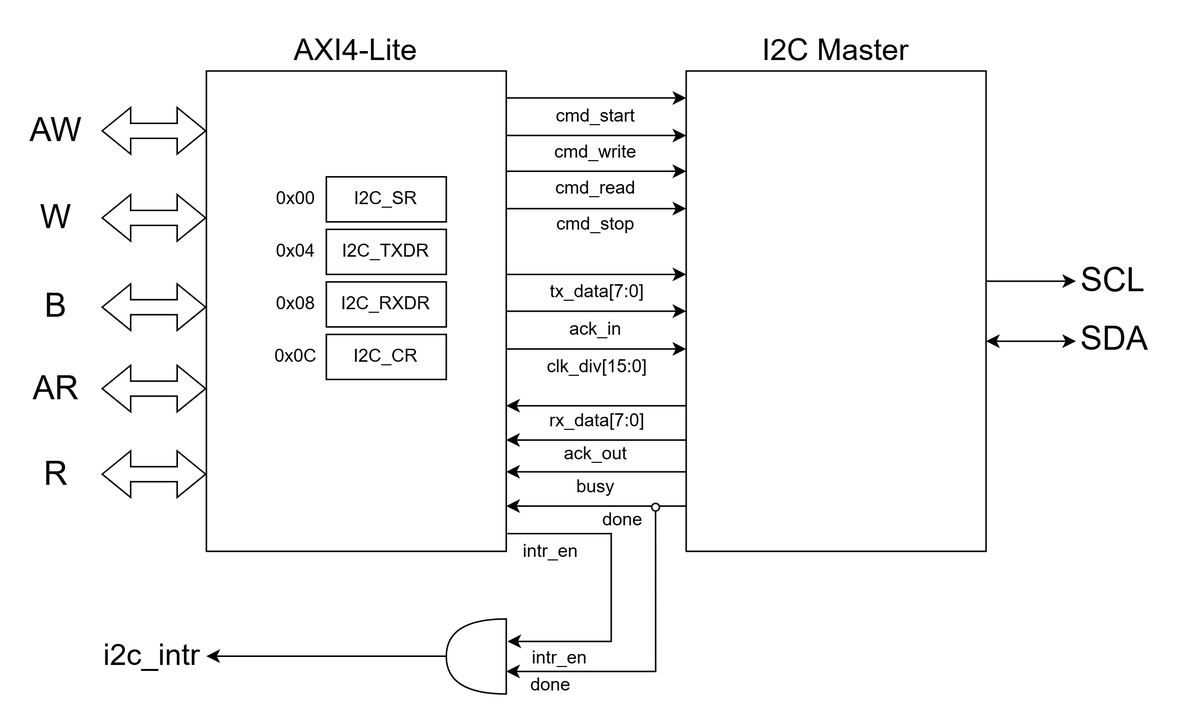
Above: images/axi_i2c_bd.png in taeseong-dev/axi4-lite-custom-peripherals (draw.io), before the change. Source tidied: cells renumbered, new cells last; positions are measured from the earlier drawing's top-left corner, leaving out a move shared by most shapes.
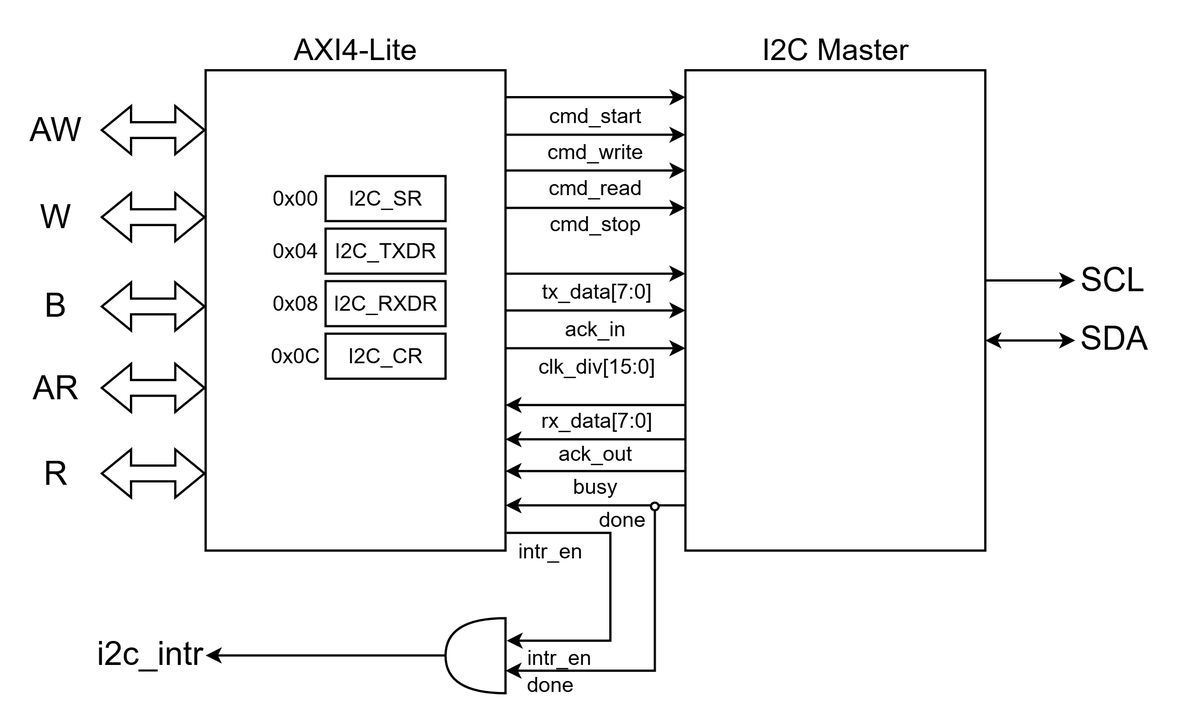
After the change.

What changed in the source:
```diff
@@ -4,48 +4,48 @@
     <mxCell id="1" parent="0" />
-    <mxCell id="2" value="AXI4-Lite" style="rounded=0;whiteSpace=wrap;html=1;labelPosition=center;verticalLabelPosition=top;align=center;verticalAlign=bottom;fontSize=20;" parent="1" vertex="1">
+    <mxCell id="2" value="AXI4-Lite" style="rounded=0;whiteSpace=wrap;html=1;labelPosition=center;verticalLabelPosition=top;align=center;verticalAlign=bottom;fontSize=20;strokeWidth=1.5;" parent="1" vertex="1">
       <mxGeometry x="115" width="200" height="320" as="geometry" />
     </mxCell>
-    <mxCell id="3" value="AW" style="text;html=1;whiteSpace=wrap;strokeColor=none;fillColor=none;align=center;verticalAlign=middle;rounded=0;fontSize=22;" parent="1" vertex="1">
+    <mxCell id="3" value="AW" style="text;html=1;whiteSpace=wrap;strokeColor=none;fillColor=none;align=center;verticalAlign=middle;rounded=0;fontSize=22;strokeWidth=1.5;" parent="1" vertex="1">
       <mxGeometry y="25" width="30" height="30" as="geometry" />
     </mxCell>
-    <mxCell id="4" value="W" style="text;html=1;whiteSpace=wrap;strokeColor=none;fillColor=none;align=center;verticalAlign=middle;rounded=0;fontSize=22;" parent="1" vertex="1">
+    <mxCell id="4" value="W" style="text;html=1;whiteSpace=wrap;strokeColor=none;fillColor=none;align=center;verticalAlign=middle;rounded=0;fontSize=22;strokeWidth=1.5;" parent="1" vertex="1">
       <mxGeometry y="83" width="30" height="30" as="geometry" />
     </mxCell>
-    <mxCell id="5" value="B" style="text;html=1;whiteSpace=wrap;strokeColor=none;fillColor=none;align=center;verticalAlign=middle;rounded=0;fontSize=22;" parent="1" vertex="1">
+    <mxCell id="5" value="B" style="text;html=1;whiteSpace=wrap;strokeColor=none;fillColor=none;align=center;verticalAlign=middle;rounded=0;fontSize=22;strokeWidth=1.5;" parent="1" vertex="1">
       <mxGeometry y="142.5" width="30" height="30" as="geometry" />
     </mxCell>
-    <mxCell id="6" value="AR" style="text;html=1;whiteSpace=wrap;strokeColor=none;fillColor=none;align=center;verticalAlign=middle;rounded=0;fontSize=22;" parent="1" vertex="1">
+    <mxCell id="6" value="AR" style="text;html=1;whiteSpace=wrap;strokeColor=none;fillColor=none;align=center;verticalAlign=middle;rounded=0;fontSize=22;strokeWidth=1.5;" parent="1" vertex="1">
       <mxGeometry y="197" width="30" height="30" as="geometry" />
     </mxCell>
-    <mxCell id="7" value="R" style="text;html=1;whiteSpace=wrap;strokeColor=none;fillColor=none;align=center;verticalAlign=middle;rounded=0;fontSize=22;" parent="1" vertex="1">
+    <mxCell id="7" value="R" style="text;html=1;whiteSpace=wrap;strokeColor=none;fillColor=none;align=center;verticalAlign=middle;rounded=0;fontSize=22;strokeWidth=1.5;" parent="1" vertex="1">
       <mxGeometry y="254" width="30" height="30" as="geometry" />
     </mxCell>
-    <mxCell id="8" value="I2C Master" style="rounded=0;whiteSpace=wrap;html=1;labelPosition=center;verticalLabelPosition=top;align=center;verticalAlign=bottom;fontSize=20;" parent="1" vertex="1">
+    <mxCell id="8" value="I2C Master" style="rounded=0;whiteSpace=wrap;html=1;labelPosition=center;verticalLabelPosition=top;align=center;verticalAlign=bottom;fontSize=20;strokeWidth=1.5;" parent="1" vertex="1">
       <mxGeometry x="435" width="200" height="320" as="geometry" />
     </mxCell>
-    <mxCell id="9" value="I2C_SR" style="rounded=0;whiteSpace=wrap;html=1;" parent="1" vertex="1">
+    <mxCell id="9" value="I2C_SR" style="rounded=0;whiteSpace=wrap;html=1;strokeWidth=1.5;fontSize=14;" parent="1" vertex="1">
       <mxGeometry x="195" y="70.5" width="80" height="30" as="geometry" />
     </mxCell>
-    <mxCell id="10" value="I2C_TXDR" style="rounded=0;whiteSpace=wrap;html=1;" parent="1" vertex="1">
+    <mxCell id="10" value="I2C_TXDR" style="rounded=0;whiteSpace=wrap;html=1;strokeWidth=1.5;fontSize=14;" parent="1" vertex="1">
       <mxGeometry x="195" y="105.5" width="80" height="30" as="geometry" />
     </mxCell>
-    <mxCell id="11" value="I2C_RXDR" style="rounded=0;whiteSpace=wrap;html=1;" parent="1" vertex="1">
+    <mxCell id="11" value="I2C_RXDR" style="rounded=0;whiteSpace=wrap;html=1;strokeWidth=1.5;fontSize=14;" parent="1" vertex="1">
       <mxGeometry x="195" y="140.5" width="80" height="30" as="geometry" />
     </mxCell>
-    <mxCell id="12" value="I2C_CR" style="rounded=0;whiteSpace=wrap;html=1;" parent="1" vertex="1">
+    <mxCell id="12" value="I2C_CR" style="rounded=0;whiteSpace=wrap;html=1;strokeWidth=1.5;fontSize=14;" parent="1" vertex="1">
       <mxGeometry x="195" y="175.5" width="80" height="30" as="geometry" />
     </mxCell>
-    <mxCell id="13" value="0x00" style="text;html=1;whiteSpace=wrap;strokeColor=none;fillColor=none;align=center;verticalAlign=middle;rounded=0;" parent="1" vertex="1">
+    <mxCell id="13" value="0x00" style="text;html=1;whiteSpace=wrap;strokeColor=none;fillColor=none;align=center;verticalAlign=middle;rounded=0;strokeWidth=1.5;fontSize=14;" parent="1" vertex="1">
       <mxGeometry x="155" y="70.5" width="40" height="30" as="geometry" />
     </mxCell>
-    <mxCell id="14" value="0x04" style="text;html=1;whiteSpace=wrap;strokeColor=none;fillColor=none;align=center;verticalAlign=middle;rounded=0;" parent="1" vertex="1">
+    <mxCell id="14" value="0x04" style="text;html=1;whiteSpace=wrap;strokeColor=none;fillColor=none;align=center;verticalAlign=middle;rounded=0;strokeWidth=1.5;fontSize=14;" parent="1" vertex="1">
       <mxGeometry x="155" y="105.5" width="40" height="30" as="geometry" />
     </mxCell>
-    <mxCell id="15" value="0x08" style="text;html=1;whiteSpace=wrap;strokeColor=none;fillColor=none;align=center;verticalAlign=middle;rounded=0;" parent="1" vertex="1">
+    <mxCell id="15" value="0x08" style="text;html=1;whiteSpace=wrap;strokeColor=none;fillColor=none;align=center;verticalAlign=middle;rounded=0;strokeWidth=1.5;fontSize=14;" parent="1" vertex="1">
       <mxGeometry x="155" y="140.5" width="40" height="30" as="geometry" />
     </mxCell>
-    <mxCell id="16" value="0x0C" style="text;html=1;whiteSpace=wrap;strokeColor=none;fillColor=none;align=center;verticalAlign=middle;rounded=0;" parent="1" vertex="1">
+    <mxCell id="16" value="0x0C" style="text;html=1;whiteSpace=wrap;strokeColor=none;fillColor=none;align=center;verticalAlign=middle;rounded=0;strokeWidth=1.5;fontSize=14;" parent="1" vertex="1">
       <mxGeometry x="155" y="175.5" width="40" height="30" as="geometry" />
     </mxCell>
-    <mxCell id="17" style="endArrow=classic;html=1;rounded=0;" parent="1" edge="1">
+    <mxCell id="17" style="endArrow=classic;html=1;rounded=0;strokeWidth=1.5;" parent="1" edge="1">
       <mxGeometry relative="1" as="geometry">
@@ -55,6 +55,6 @@
     </mxCell>
-    <mxCell id="18" value="cmd_start" style="text;html=1;whiteSpace=wrap;strokeColor=none;fillColor=none;align=center;verticalAlign=middle;rounded=0;" parent="1" vertex="1">
+    <mxCell id="18" value="cmd_start" style="text;html=1;whiteSpace=wrap;strokeColor=none;fillColor=none;align=center;verticalAlign=middle;rounded=0;strokeWidth=1.5;fontSize=14;" parent="1" vertex="1">
       <mxGeometry x="345" y="21" width="60" height="17.8" as="geometry" />
     </mxCell>
-    <mxCell id="19" style="endArrow=classic;html=1;rounded=0;" parent="1" edge="1">
+    <mxCell id="19" style="endArrow=classic;html=1;rounded=0;strokeWidth=1.5;" parent="1" edge="1">
       <mxGeometry relative="1" as="geometry">
@@ -64,6 +64,6 @@
     </mxCell>
-    <mxCell id="20" value="cmd_write" style="text;html=1;whiteSpace=wrap;strokeColor=none;fillColor=none;align=center;verticalAlign=middle;rounded=0;" parent="1" vertex="1">
+    <mxCell id="20" value="cmd_write" style="text;html=1;whiteSpace=wrap;strokeColor=none;fillColor=none;align=center;verticalAlign=middle;rounded=0;strokeWidth=1.5;fontSize=14;" parent="1" vertex="1">
       <mxGeometry x="345" y="45" width="60" height="17.8" as="geometry" />
     </mxCell>
-    <mxCell id="21" style="endArrow=classic;html=1;rounded=0;" parent="1" edge="1">
+    <mxCell id="21" style="endArrow=classic;html=1;rounded=0;strokeWidth=1.5;" parent="1" edge="1">
       <mxGeometry relative="1" as="geometry">
@@ -73,6 +73,6 @@
     </mxCell>
-    <mxCell id="22" value="cmd_read" style="text;html=1;whiteSpace=wrap;strokeColor=none;fillColor=none;align=center;verticalAlign=middle;rounded=0;" parent="1" vertex="1">
+    <mxCell id="22" value="cmd_read" style="text;html=1;whiteSpace=wrap;strokeColor=none;fillColor=none;align=center;verticalAlign=middle;rounded=0;strokeWidth=1.5;fontSize=14;" parent="1" vertex="1">
       <mxGeometry x="345" y="68.8" width="60" height="17.8" as="geometry" />
     </mxCell>
-    <mxCell id="23" style="endArrow=classic;html=1;rounded=0;" parent="1" edge="1">
+    <mxCell id="23" style="endArrow=classic;html=1;rounded=0;strokeWidth=1.5;" parent="1" edge="1">
       <mxGeometry relative="1" as="geometry">
@@ -82,6 +82,6 @@
     </mxCell>
-    <mxCell id="24" value="cmd_stop" style="text;html=1;whiteSpace=wrap;strokeColor=none;fillColor=none;align=center;verticalAlign=middle;rounded=0;" parent="1" vertex="1">
+    <mxCell id="24" value="cmd_stop" style="text;html=1;whiteSpace=wrap;strokeColor=none;fillColor=none;align=center;verticalAlign=middle;rounded=0;strokeWidth=1.5;fontSize=14;" parent="1" vertex="1">
       <mxGeometry x="345" y="93.7" width="60" height="17.8" as="geometry" />
     </mxCell>
-    <mxCell id="25" style="endArrow=classic;html=1;rounded=0;" parent="1" edge="1">
+    <mxCell id="25" style="endArrow=classic;html=1;rounded=0;strokeWidth=1.5;" parent="1" edge="1">
       <mxGeometry relative="1" as="geometry">
@@ -91,6 +91,6 @@
     </mxCell>
-    <mxCell id="26" value="tx_data[7:0]" style="text;html=1;whiteSpace=wrap;strokeColor=none;fillColor=none;align=center;verticalAlign=middle;rounded=0;" parent="1" vertex="1">
+    <mxCell id="26" value="tx_data[7:0]" style="text;html=1;whiteSpace=wrap;strokeColor=none;fillColor=none;align=center;verticalAlign=middle;rounded=0;strokeWidth=1.5;fontSize=14;" parent="1" vertex="1">
       <mxGeometry x="346" y="136" width="60" height="23.3" as="geometry" />
     </mxCell>
-    <mxCell id="27" style="endArrow=classic;html=1;rounded=0;" parent="1" edge="1">
+    <mxCell id="27" style="endArrow=classic;html=1;rounded=0;strokeWidth=1.5;" parent="1" edge="1">
       <mxGeometry relative="1" as="geometry">
@@ -100,6 +100,6 @@
     </mxCell>
-    <mxCell id="28" value="ack_in" style="text;html=1;whiteSpace=wrap;strokeColor=none;fillColor=none;align=center;verticalAlign=middle;rounded=0;" parent="1" vertex="1">
+    <mxCell id="28" value="ack_in" style="text;html=1;whiteSpace=wrap;strokeColor=none;fillColor=none;align=center;verticalAlign=middle;rounded=0;strokeWidth=1.5;fontSize=14;" parent="1" vertex="1">
       <mxGeometry x="345" y="163" width="60" height="17.8" as="geometry" />
     </mxCell>
-    <mxCell id="29" style="endArrow=classic;html=1;rounded=0;" parent="1" edge="1">
+    <mxCell id="29" style="endArrow=classic;html=1;rounded=0;strokeWidth=1.5;" parent="1" edge="1">
       <mxGeometry relative="1" as="geometry">
@@ -109,6 +109,6 @@
     </mxCell>
-    <mxCell id="30" value="clk_div[15:0]" style="text;html=1;whiteSpace=wrap;strokeColor=none;fillColor=none;align=center;verticalAlign=middle;rounded=0;" parent="1" vertex="1">
+    <mxCell id="30" value="clk_div[15:0]" style="text;html=1;whiteSpace=wrap;strokeColor=none;fillColor=none;align=center;verticalAlign=middle;rounded=0;strokeWidth=1.5;fontSize=14;" parent="1" vertex="1">
       <mxGeometry x="346" y="188.2" width="60" height="17.8" as="geometry" />
     </mxCell>
-    <mxCell id="31" style="endArrow=classic;html=1;rounded=0;" parent="1" edge="1">
+    <mxCell id="31" style="endArrow=classic;html=1;rounded=0;strokeWidth=1.5;" parent="1" edge="1">
       <mxGeometry relative="1" as="geometry">
@@ -118,6 +118,6 @@
     </mxCell>
-    <mxCell id="32" value="rx_data[7:0]" style="text;html=1;whiteSpace=wrap;strokeColor=none;fillColor=none;align=center;verticalAlign=middle;rounded=0;" parent="1" vertex="1">
+    <mxCell id="32" value="rx_data[7:0]" style="text;html=1;whiteSpace=wrap;strokeColor=none;fillColor=none;align=center;verticalAlign=middle;rounded=0;strokeWidth=1.5;fontSize=14;" parent="1" vertex="1">
       <mxGeometry x="346" y="224" width="60" height="17.8" as="geometry" />
     </mxCell>
-    <mxCell id="33" style="endArrow=classic;html=1;rounded=0;" parent="1" edge="1">
+    <mxCell id="33" style="endArrow=classic;html=1;rounded=0;strokeWidth=1.5;" parent="1" edge="1">
       <mxGeometry relative="1" as="geometry">
@@ -127,6 +127,6 @@
     </mxCell>
-    <mxCell id="34" value="ack_out" style="text;html=1;whiteSpace=wrap;strokeColor=none;fillColor=none;align=center;verticalAlign=middle;rounded=0;" parent="1" vertex="1">
+    <mxCell id="34" value="ack_out" style="text;html=1;whiteSpace=wrap;strokeColor=none;fillColor=none;align=center;verticalAlign=middle;rounded=0;strokeWidth=1.5;fontSize=14;" parent="1" vertex="1">
       <mxGeometry x="345" y="245.9" width="60" height="17.8" as="geometry" />
     </mxCell>
-    <mxCell id="35" style="endArrow=classic;html=1;rounded=0;" parent="1" edge="1">
+    <mxCell id="35" style="endArrow=classic;html=1;rounded=0;strokeWidth=1.5;" parent="1" edge="1">
       <mxGeometry relative="1" as="geometry">
@@ -136,6 +136,6 @@
     </mxCell>
-    <mxCell id="36" value="busy" style="text;html=1;whiteSpace=wrap;strokeColor=none;fillColor=none;align=center;verticalAlign=middle;rounded=0;" parent="1" vertex="1">
+    <mxCell id="36" value="busy" style="text;html=1;whiteSpace=wrap;strokeColor=none;fillColor=none;align=center;verticalAlign=middle;rounded=0;strokeWidth=1.5;fontSize=14;" parent="1" vertex="1">
       <mxGeometry x="345" y="268" width="60" height="17.8" as="geometry" />
     </mxCell>
-    <mxCell id="37" style="endArrow=classic;html=1;rounded=0;" parent="1" edge="1">
+    <mxCell id="37" style="endArrow=classic;html=1;rounded=0;strokeWidth=1.5;" parent="1" edge="1">
       <mxGeometry relative="1" as="geometry">
@@ -145,6 +145,6 @@
     </mxCell>
-    <mxCell id="38" value="done" style="text;html=1;whiteSpace=wrap;strokeColor=none;fillColor=none;align=center;verticalAlign=middle;rounded=0;" parent="1" vertex="1">
+    <mxCell id="38" value="done" style="text;html=1;whiteSpace=wrap;strokeColor=none;fillColor=none;align=center;verticalAlign=middle;rounded=0;strokeWidth=1.5;fontSize=14;" parent="1" vertex="1">
       <mxGeometry x="363" y="290.2" width="60" height="17.8" as="geometry" />
     </mxCell>
-    <mxCell id="39" style="endArrow=classic;html=1;rounded=0;edgeStyle=orthogonalEdgeStyle;exitX=0.5;exitY=1;exitDx=0;exitDy=0;" parent="1" edge="1" source="40">
+    <mxCell id="39" style="endArrow=classic;html=1;rounded=0;edgeStyle=orthogonalEdgeStyle;exitX=0.5;exitY=1;exitDx=0;exitDy=0;strokeWidth=1.5;" parent="1" edge="1" source="40">
       <mxGeometry relative="1" as="geometry">
@@ -156,6 +156,6 @@
     </mxCell>
-    <mxCell id="40" style="ellipse;whiteSpace=wrap;html=1;shapeInside=1;" parent="1" vertex="1">
+    <mxCell id="40" style="ellipse;whiteSpace=wrap;html=1;shapeInside=1;strokeWidth=1.5;" parent="1" vertex="1">
       <mxGeometry x="412" y="288" width="5.2" height="5.2" as="geometry" />
     </mxCell>
-    <mxCell id="41" style="endArrow=classic;html=1;rounded=0;edgeStyle=orthogonalEdgeStyle;exitX=1.004;exitY=0.963;exitDx=0;exitDy=0;exitPerimeter=0;" parent="1" edge="1" source="2">
+    <mxCell id="41" style="endArrow=classic;html=1;rounded=0;edgeStyle=orthogonalEdgeStyle;exitX=1.004;exitY=0.963;exitDx=0;exitDy=0;exitPerimeter=0;strokeWidth=1.5;" parent="1" edge="1" source="2">
       <mxGeometry relative="1" as="geometry">
@@ -168,6 +168,6 @@
     </mxCell>
-    <mxCell id="42" style="shape=or;whiteSpace=wrap;html=1;shapeInside=1;direction=west;" parent="1" vertex="1">
+    <mxCell id="42" style="shape=or;whiteSpace=wrap;html=1;shapeInside=1;direction=west;strokeWidth=1.5;" parent="1" vertex="1">
       <mxGeometry x="275" y="365" width="40" height="50" as="geometry" />
     </mxCell>
-    <mxCell id="43" style="endArrow=classic;html=1;rounded=0;" parent="1" edge="1">
+    <mxCell id="43" style="endArrow=classic;html=1;rounded=0;strokeWidth=1.5;" parent="1" edge="1">
       <mxGeometry relative="1" as="geometry">
@@ -177,9 +177,9 @@
     </mxCell>
-    <mxCell id="44" value="done" style="text;html=1;whiteSpace=wrap;strokeColor=none;fillColor=none;align=center;verticalAlign=middle;rounded=0;" parent="1" vertex="1">
+    <mxCell id="44" value="done" style="text;html=1;whiteSpace=wrap;strokeColor=none;fillColor=none;align=center;verticalAlign=middle;rounded=0;strokeWidth=1.5;fontSize=14;" parent="1" vertex="1">
       <mxGeometry x="315" y="400" width="60" height="17.8" as="geometry" />
     </mxCell>
-    <mxCell id="45" value="intr_en" style="text;html=1;whiteSpace=wrap;strokeColor=none;fillColor=none;align=center;verticalAlign=middle;rounded=0;" parent="1" vertex="1">
+    <mxCell id="45" value="intr_en" style="text;html=1;whiteSpace=wrap;strokeColor=none;fillColor=none;align=center;verticalAlign=middle;rounded=0;strokeWidth=1.5;fontSize=14;" parent="1" vertex="1">
       <mxGeometry x="321" y="382.2" width="60" height="17.8" as="geometry" />
     </mxCell>
-    <mxCell id="46" style="shape=flexArrow;endArrow=classic;startArrow=classic;html=1;rounded=0;" parent="1" edge="1">
+    <mxCell id="46" style="shape=flexArrow;endArrow=classic;startArrow=classic;html=1;rounded=0;strokeWidth=1.5;" parent="1" edge="1">
       <mxGeometry relative="1" as="geometry">
@@ -189,3 +189,3 @@
     </mxCell>
-    <mxCell id="47" style="shape=flexArrow;endArrow=classic;startArrow=classic;html=1;rounded=0;" parent="1" edge="1">
+    <mxCell id="47" style="shape=flexArrow;endArrow=classic;startArrow=classic;html=1;rounded=0;strokeWidth=1.5;" parent="1" edge="1">
       <mxGeometry relative="1" as="geometry">
@@ -195,3 +195,3 @@
     </mxCell>
-    <mxCell id="48" style="shape=flexArrow;endArrow=classic;startArrow=classic;html=1;rounded=0;" parent="1" edge="1">
+    <mxCell id="48" style="shape=flexArrow;endArrow=classic;startArrow=classic;html=1;rounded=0;strokeWidth=1.5;" parent="1" edge="1">
       <mxGeometry relative="1" as="geometry">
@@ -201,3 +201,3 @@
     </mxCell>
-    <mxCell id="49" style="shape=flexArrow;endArrow=classic;startArrow=classic;html=1;rounded=0;" parent="1" edge="1">
+    <mxCell id="49" style="shape=flexArrow;endArrow=classic;startArrow=classic;html=1;rounded=0;strokeWidth=1.5;" parent="1" edge="1">
       <mxGeometry relative="1" as="geometry">
@@ -207,3 +207,3 @@
     </mxCell>
-    <mxCell id="50" style="shape=flexArrow;endArrow=classic;startArrow=classic;html=1;rounded=0;" parent="1" edge="1">
+    <mxCell id="50" style="shape=flexArrow;endArrow=classic;startArrow=classic;html=1;rounded=0;strokeWidth=1.5;" parent="1" edge="1">
       <mxGeometry relative="1" as="geometry">
@@ -213,3 +213,3 @@
     </mxCell>
-    <mxCell id="51" style="endArrow=classic;html=1;rounded=0;" parent="1" edge="1">
+    <mxCell id="51" style="endArrow=classic;html=1;rounded=0;strokeWidth=1.5;" parent="1" edge="1">
       <mxGeometry relative="1" as="geometry">
@@ -219,6 +219,6 @@
     </mxCell>
-    <mxCell id="52" value="SCL" style="text;html=1;whiteSpace=wrap;strokeColor=none;fillColor=none;align=center;verticalAlign=middle;rounded=0;fontSize=22;" parent="1" vertex="1">
+    <mxCell id="52" value="SCL" style="text;html=1;whiteSpace=wrap;strokeColor=none;fillColor=none;align=center;verticalAlign=middle;rounded=0;fontSize=22;strokeWidth=1.5;" parent="1" vertex="1">
       <mxGeometry x="705" y="131" width="30" height="17.8" as="geometry" />
     </mxCell>
-    <mxCell id="53" style="endArrow=classic;html=1;rounded=0;startArrow=classic;startFill=1;" parent="1" edge="1">
+    <mxCell id="53" style="endArrow=classic;html=1;rounded=0;startArrow=classic;startFill=1;strokeWidth=1.5;" parent="1" edge="1">
       <mxGeometry relative="1" as="geometry">
@@ -228,9 +228,9 @@
     </mxCell>
-    <mxCell id="54" value="SDA" style="text;html=1;whiteSpace=wrap;strokeColor=none;fillColor=none;align=center;verticalAlign=middle;rounded=0;fontSize=22;" parent="1" vertex="1">
+    <mxCell id="54" value="SDA" style="text;html=1;whiteSpace=wrap;strokeColor=none;fillColor=none;align=center;verticalAlign=middle;rounded=0;fontSize=22;strokeWidth=1.5;" parent="1" vertex="1">
       <mxGeometry x="706" y="170.5" width="30" height="17.8" as="geometry" />
     </mxCell>
-    <mxCell id="55" value="i2c_intr" style="text;html=1;whiteSpace=wrap;strokeColor=none;fillColor=none;align=center;verticalAlign=middle;rounded=0;fontSize=20;" parent="1" vertex="1">
-      <mxGeometry x="49" y="379.1" width="60" height="17.8" as="geometry" />
+    <mxCell id="55" value="i2c_intr" style="text;html=1;whiteSpace=wrap;strokeColor=none;fillColor=none;align=center;verticalAlign=middle;rounded=0;fontSize=22;strokeWidth=1.5;" parent="1" vertex="1">
+      <mxGeometry x="48" y="380.1" width="60" height="17.8" as="geometry" />
     </mxCell>
-    <mxCell id="56" value="intr_en" style="text;html=1;whiteSpace=wrap;strokeColor=none;fillColor=none;align=center;verticalAlign=middle;rounded=0;" parent="1" vertex="1">
+    <mxCell id="56" value="intr_en" style="text;html=1;whiteSpace=wrap;strokeColor=none;fillColor=none;align=center;verticalAlign=middle;rounded=0;strokeWidth=1.5;fontSize=14;" parent="1" vertex="1">
       <mxGeometry x="315" y="311" width="60" height="17.8" as="geometry" />
```
